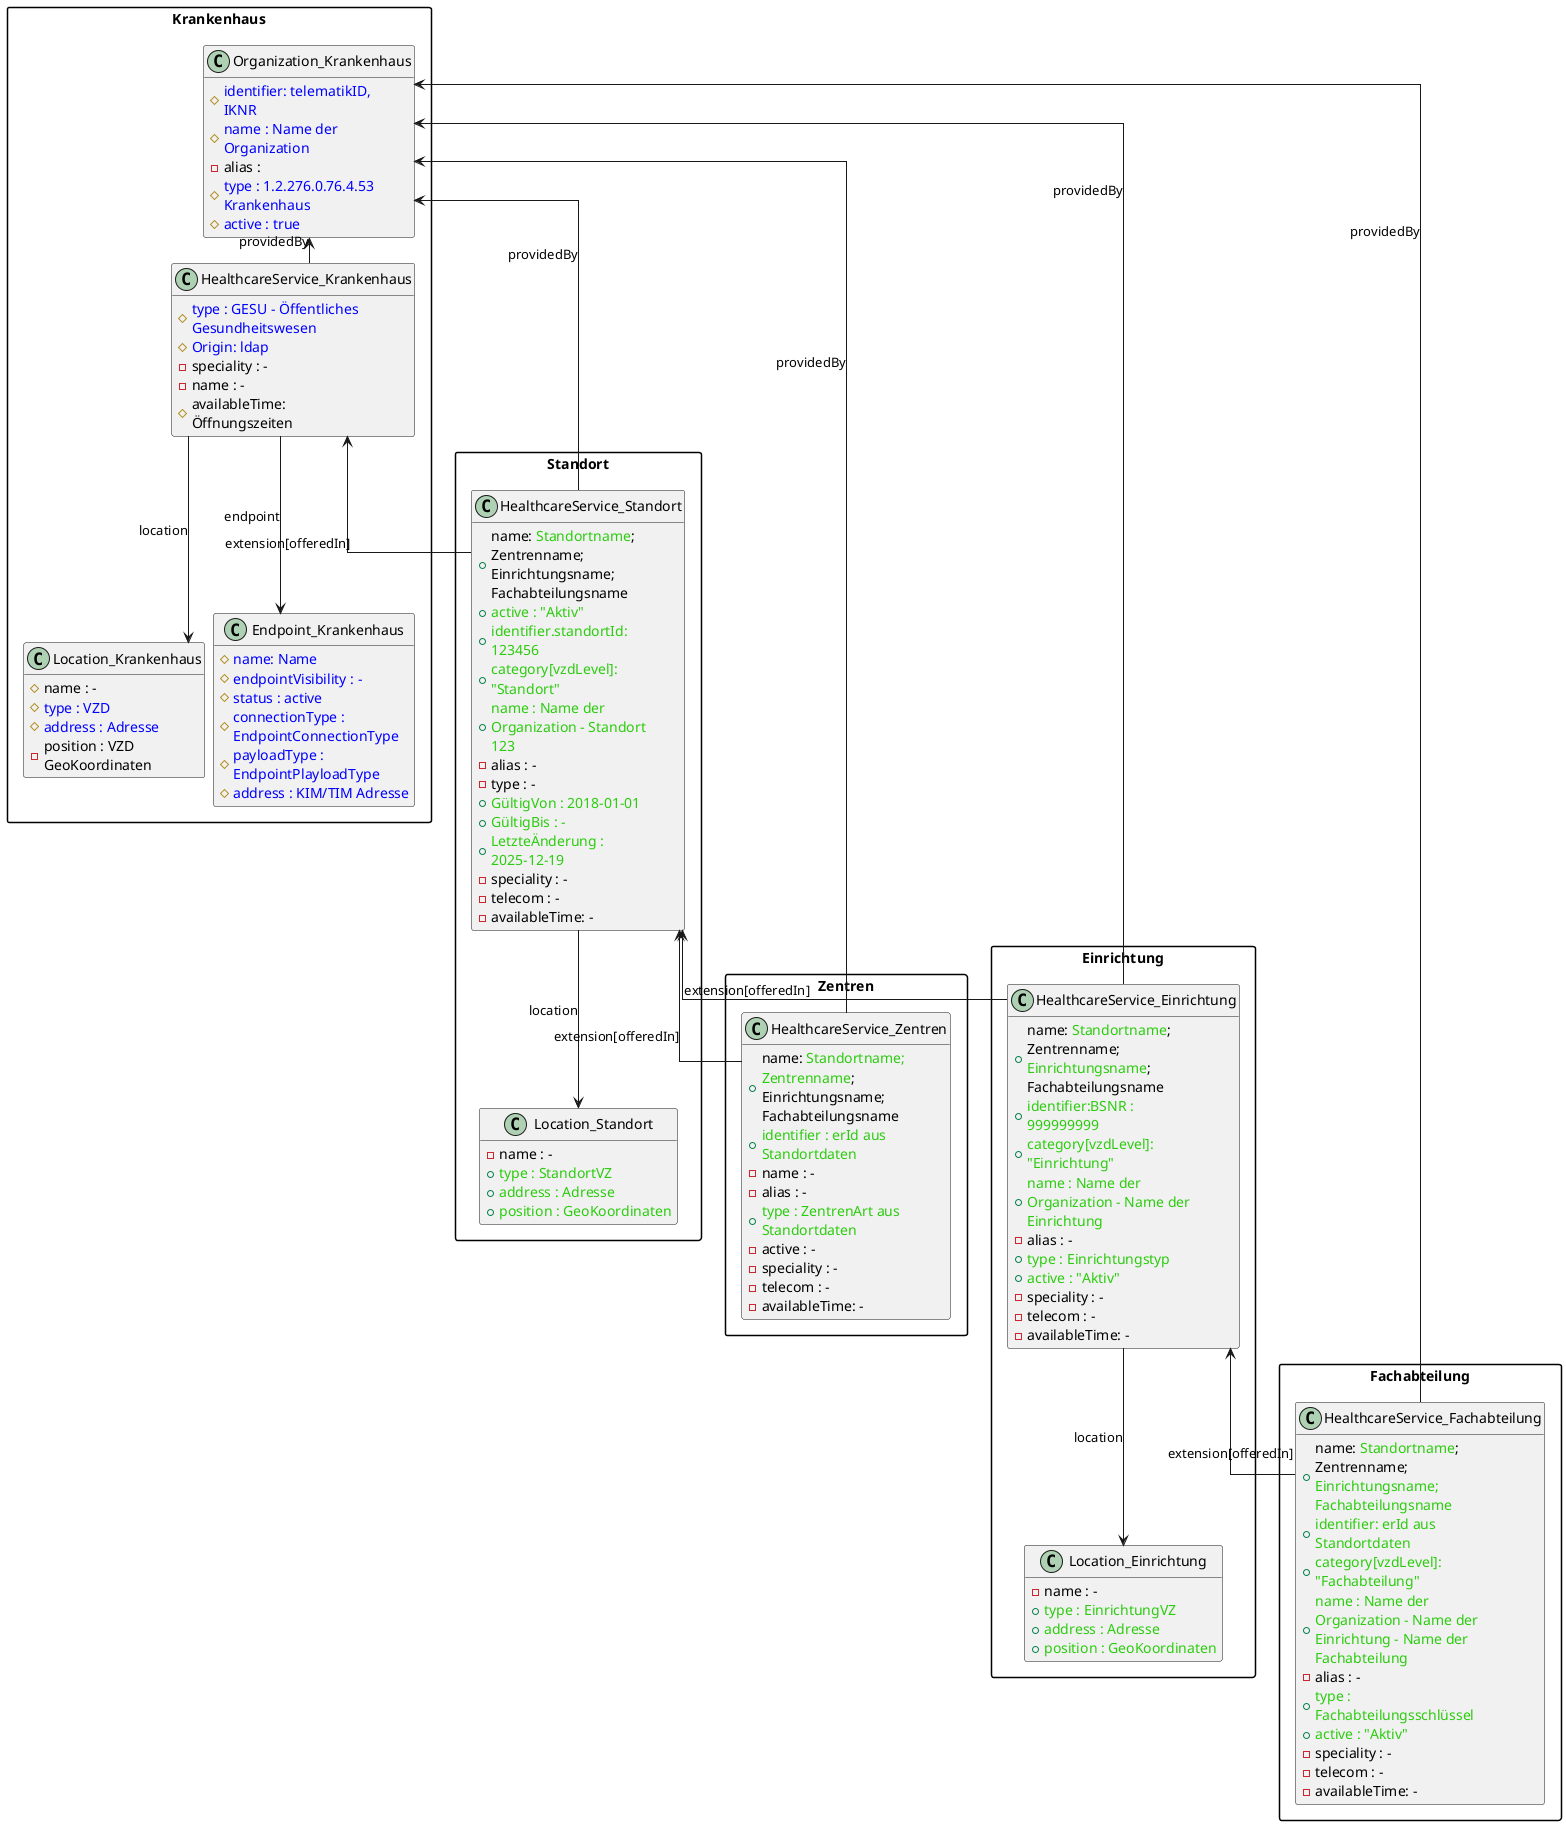
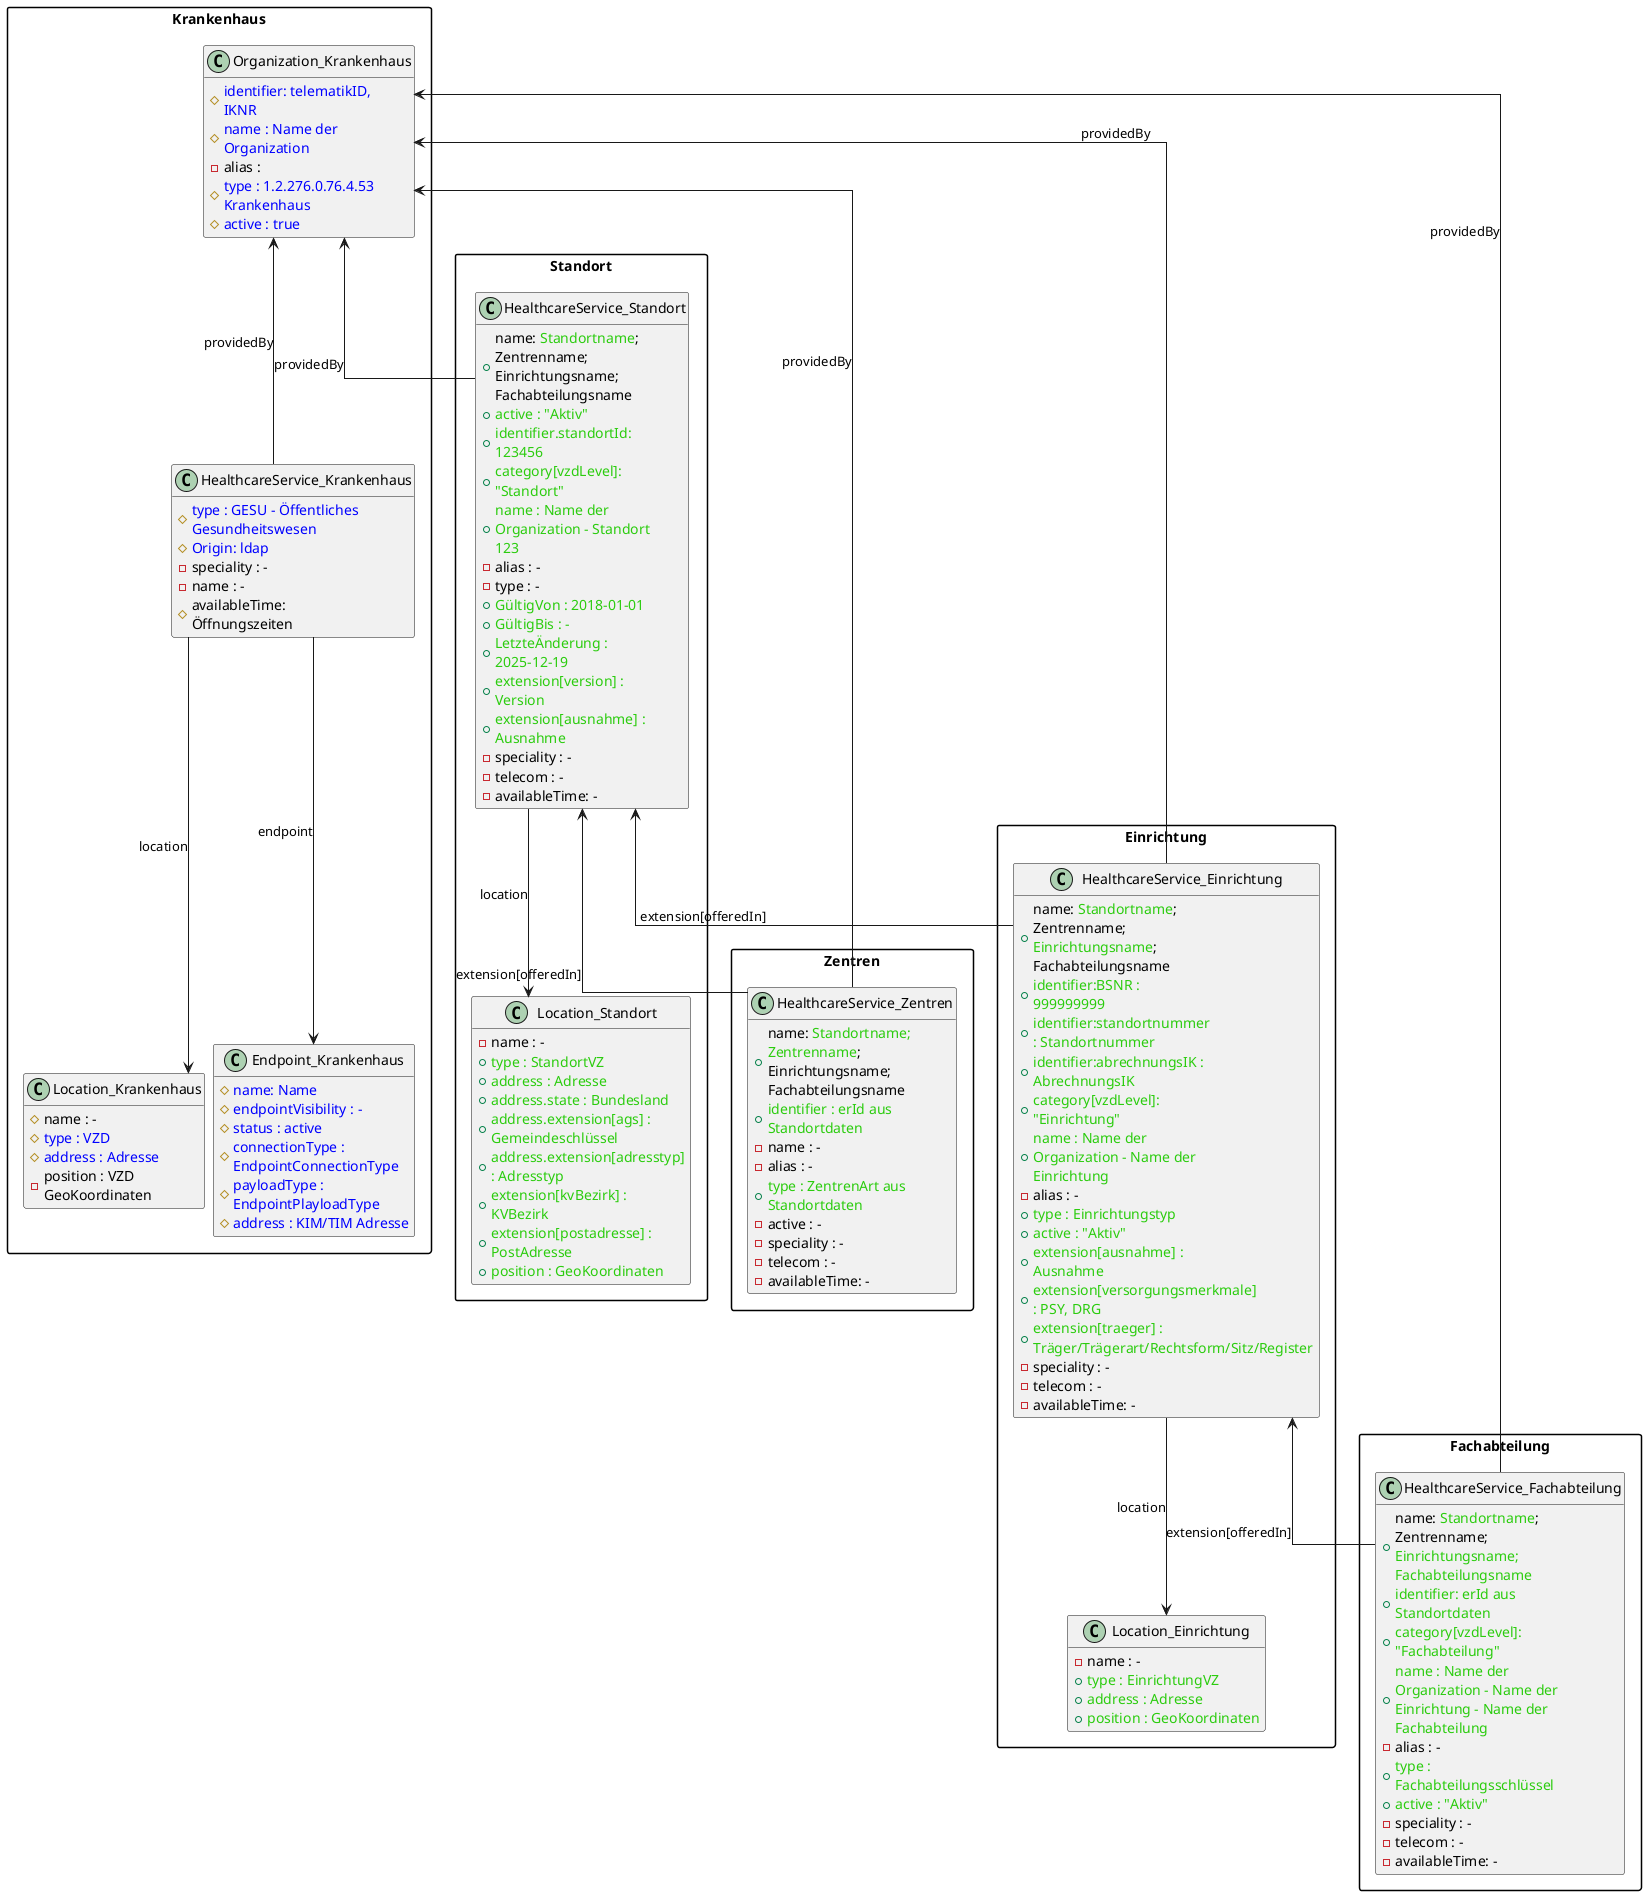
@startuml
top to bottom direction
skinparam linetype ortho
skinparam packageStyle rectangle
skinparam wrapWidth 180
skinparam nodesep 8
skinparam ranksep 25
hide empty members

package "Krankenhaus" {

class Organization_Krankenhaus {
#<color:#0000FF>identifier: telematikID, IKNR</color>
#<color:#0000FF>name : Name der Organization</color>
-alias :
#<color:#0000FF>type : 1.2.276.0.76.4.53 Krankenhaus</color>
#<color:#0000FF>active : true</color>
}

class HealthcareService_Krankenhaus {
#<color:#0000FF>type : GESU - Öffentliches Gesundheitswesen</color>
#<color:#0000FF>Origin: ldap</color>
-speciality : -
-name : -
#availableTime: Öffnungszeiten
}

class Location_Krankenhaus {
#name : -
#<color:#0000FF>type : VZD</color>
#<color:#0000FF>address : Adresse</color>
-position : VZD GeoKoordinaten
}

class Endpoint_Krankenhaus {
#<color:#0000FF>name: Name</color>
#<color:#0000FF>endpointVisibility : -</color>
#<color:#0000FF>status : active</color>
#<color:#0000FF>connectionType : EndpointConnectionType</color>
#<color:#0000FF>payloadType : EndpointPlayloadType</color>
#<color:#0000FF>address : KIM/TIM Adresse</color>
}

Organization_Krankenhaus <-- HealthcareService_Krankenhaus : providedBy
HealthcareService_Krankenhaus --> Location_Krankenhaus : location
HealthcareService_Krankenhaus --> Endpoint_Krankenhaus : endpoint
}

package "Standort" {

class HealthcareService_Standort {
+name: <color:#2bcc0e>Standortname</color>; Zentrenname; Einrichtungsname; Fachabteilungsname
+<color:#2bcc0e>active : "Aktiv"</color>
+<color:#2bcc0e>identifier.standortId: 123456</color>
+<color:#2bcc0e>category[vzdLevel]: "Standort"</color>
+<color:#2bcc0e>name : Name der Organization - Standort 123</color>
-alias : -
-type : -
+<color:#2bcc0e>GültigVon : 2018-01-01</color>
+<color:#2bcc0e>GültigBis : -</color>
+<color:#2bcc0e>LetzteÄnderung : 2025-12-19</color>
+ +<color:#2bcc0e>extension[version] : Version</color>
+ +<color:#2bcc0e>extension[ausnahme] : Ausnahme</color>
-speciality : -
-telecom : -
-availableTime: -
}

class Location_Standort {
-name : -
+<color:#2bcc0e>type : StandortVZ</color>
+<color:#2bcc0e>address : Adresse</color>
+ +<color:#2bcc0e>address.state : Bundesland</color>
+ +<color:#2bcc0e>address.extension[ags] : Gemeindeschlüssel</color>
+ +<color:#2bcc0e>address.extension[adresstyp] : Adresstyp</color>
+ +<color:#2bcc0e>extension[kvBezirk] : KVBezirk</color>
+ +<color:#2bcc0e>extension[postadresse] : PostAdresse</color>
+<color:#2bcc0e>position : GeoKoordinaten</color>
}

Organization_Krankenhaus <-- HealthcareService_Standort : providedBy
HealthcareService_Standort --> Location_Standort : location
- HealthcareService_Standort -up-> HealthcareService_Krankenhaus : extension[offeredIn]
}

package "Zentren" {

class HealthcareService_Zentren {
+name: <color:#2bcc0e>Standortname; Zentrenname</color>; Einrichtungsname; Fachabteilungsname
+<color:#2bcc0e>identifier : erId aus Standortdaten</color>
-name : -
-alias : -
+<color:#2bcc0e>type : ZentrenArt aus Standortdaten</color>
-active : -
-speciality : -
-telecom : -
-availableTime: -
}

Organization_Krankenhaus <-- HealthcareService_Zentren : providedBy
HealthcareService_Zentren -up-> HealthcareService_Standort : extension[offeredIn]
}

package "Einrichtung" {

class HealthcareService_Einrichtung {
+name: <color:#2bcc0e>Standortname</color>; Zentrenname; <color:#2bcc0e>Einrichtungsname</color>; Fachabteilungsname
+<color:#2bcc0e>identifier:BSNR : 999999999</color>
+ +<color:#2bcc0e>identifier:standortnummer : Standortnummer</color>
+ +<color:#2bcc0e>identifier:abrechnungsIK : AbrechnungsIK</color>
+<color:#2bcc0e>category[vzdLevel]: "Einrichtung"</color>
+<color:#2bcc0e>name : Name der Organization - Name der Einrichtung</color>
-alias : -
+<color:#2bcc0e>type : Einrichtungstyp</color>
+<color:#2bcc0e>active : "Aktiv"</color>
+ +<color:#2bcc0e>extension[ausnahme] : Ausnahme</color>
+ +<color:#2bcc0e>extension[versorgungsmerkmale] : PSY, DRG</color>
+ +<color:#2bcc0e>extension[traeger] : Träger/Trägerart/Rechtsform/Sitz/Register</color>
-speciality : -
-telecom : -
-availableTime: -
}

class Location_Einrichtung {
-name : -
+<color:#2bcc0e>type : EinrichtungVZ</color>
+<color:#2bcc0e>address : Adresse</color>
+<color:#2bcc0e>position : GeoKoordinaten</color>
}

Organization_Krankenhaus <-- HealthcareService_Einrichtung : providedBy
HealthcareService_Einrichtung --> Location_Einrichtung : location
HealthcareService_Einrichtung -up-> HealthcareService_Standort : extension[offeredIn]
}

package "Fachabteilung" {

class HealthcareService_Fachabteilung {
+name: <color:#2bcc0e>Standortname</color>; Zentrenname; <color:#2bcc0e>Einrichtungsname; Fachabteilungsname</color>
+<color:#2bcc0e>identifier: erId aus Standortdaten</color>
+<color:#2bcc0e>category[vzdLevel]: "Fachabteilung"</color>
+<color:#2bcc0e>name : Name der Organization - Name der Einrichtung - Name der Fachabteilung</color>
-alias : -
+<color:#2bcc0e>type : Fachabteilungsschlüssel</color>
+<color:#2bcc0e>active : "Aktiv"</color>
-speciality : -
-telecom : -
-availableTime: -
}

Organization_Krankenhaus <-- HealthcareService_Fachabteilung : providedBy
HealthcareService_Fachabteilung -up-> HealthcareService_Einrichtung : extension[offeredIn]
}

@enduml
